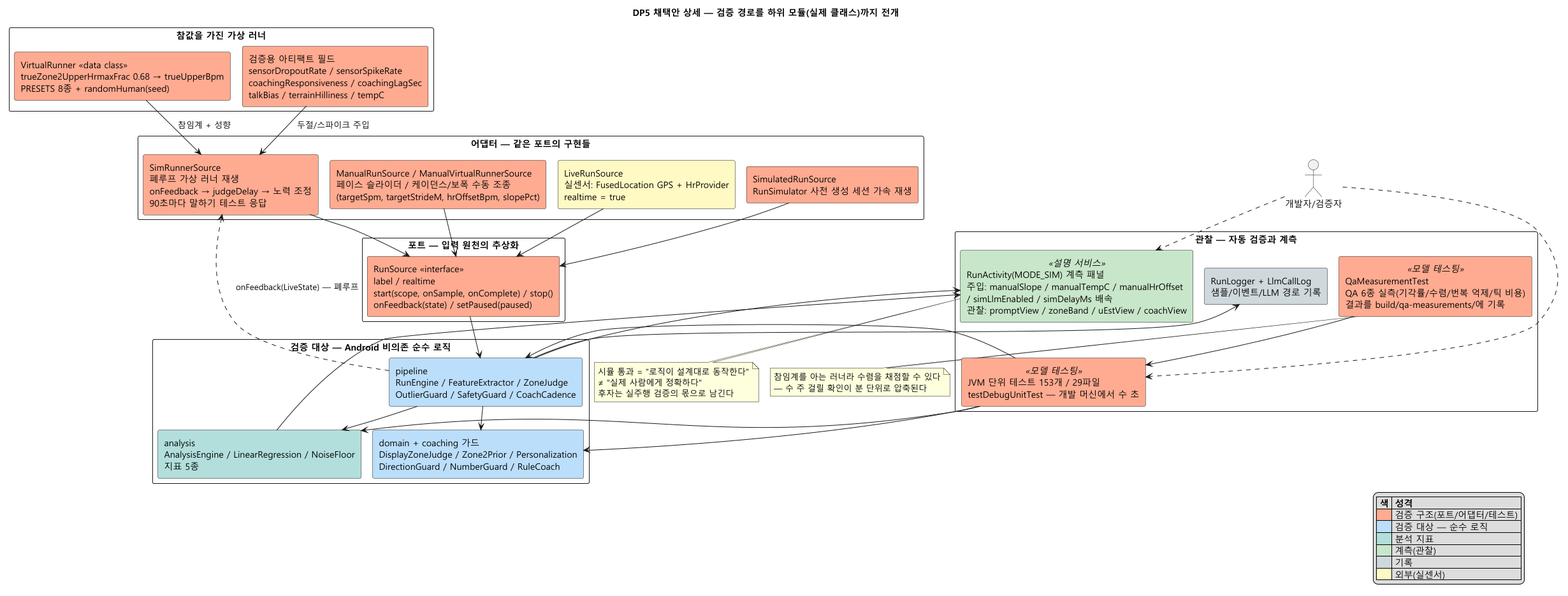
Before: docs/img/dp-05-testability-detail.png, a diagram exported from PlantUML (tenyearslove/zone2runner). The source it was exported from:
```plantuml
@startuml
!pragma layout smetana
title DP5 채택안 상세 — 검증 경로를 하위 모듈(실제 클래스)까지 전개
skinparam defaultFontName "Malgun Gothic"
skinparam componentStyle rectangle
skinparam shadowing false
skinparam packageStyle rectangle
skinparam linetype ortho

actor "개발자/검증자" as DEV

package "포트 — 입력 원천의 추상화" {
  component "RunSource «interface»\nlabel / realtime\nstart(scope, onSample, onComplete) / stop()\nonFeedback(state) / setPaused(paused)" as PORT #FFAB91
}

package "어댑터 — 같은 포트의 구현들" {
  component "LiveRunSource\n실센서: FusedLocation GPS + HrProvider\nrealtime = true" as LIVE #FFF9C4
  component "SimRunnerSource\n폐루프 가상 러너 재생\nonFeedback → judgeDelay → 노력 조정\n90초마다 말하기 테스트 응답" as SRS #FFAB91
  component "SimulatedRunSource\nRunSimulator 사전 생성 세션 가속 재생" as SIM #FFAB91
  component "ManualRunSource / ManualVirtualRunnerSource\n페이스 슬라이더 / 케이던스/보폭 수동 조종\n(targetSpm, targetStrideM, hrOffsetBpm, slopePct)" as MAN #FFAB91
}

package "참값을 가진 가상 러너" {
  component "VirtualRunner «data class»\ntrueZone2UpperHrmaxFrac 0.68 → trueUpperBpm\nPRESETS 8종 + randomHuman(seed)" as VR #FFAB91
  component "검증용 아티팩트 필드\nsensorDropoutRate / sensorSpikeRate\ncoachingResponsiveness / coachingLagSec\ntalkBias / terrainHilliness / tempC" as ART #FFAB91
}

package "검증 대상 — Android 비의존 순수 로직" {
  component "pipeline\nRunEngine / FeatureExtractor / ZoneJudge\nOutlierGuard / SafetyGuard / CoachCadence" as PIPE #BBDEFB
  component "analysis\nAnalysisEngine / LinearRegression / NoiseFloor\n지표 5종" as ANA #B2DFDB
  component "domain + coaching 가드\nDisplayZoneJudge / Zone2Prior / Personalization\nDirectionGuard / NumberGuard / RuleCoach" as DOM #BBDEFB
}

package "관찰 — 자동 검증과 계측" {
  component "JVM 단위 테스트 153개 / 29파일\ntestDebugUnitTest — 개발 머신에서 수 초" <<모델 테스팅>> as TEST #FFAB91
  component "QaMeasurementTest\nQA 6종 실측(기각률/수렴/번복 억제/틱 비용)\n결과를 build/qa-measurements/에 기록" <<모델 테스팅>> as QAT #FFAB91
  component "RunActivity(MODE_SIM) 계측 패널\n주입: manualSlope / manualTempC / manualHrOffset\n/ simLlmEnabled / simDelayMs 배속\n관찰: promptView / zoneBand / uEstView / coachView" <<설명 서비스>> as INST #C8E6C9
  component "RunLogger + LlmCallLog\n샘플/이벤트/LLM 경로 기록" as LOG #CFD8DC
}

LIVE --> PORT
SRS --> PORT
SIM --> PORT
MAN --> PORT
VR --> SRS : 참임계 + 성향
ART --> SRS : 두절/스파이크 주입
PORT --> PIPE
PIPE --> ANA
PIPE --> DOM
PIPE ..> SRS : onFeedback(LiveState) — 폐루프
PIPE --> INST
ANA --> INST
PIPE --> LOG
TEST --> PIPE
TEST --> ANA
TEST --> DOM
QAT --> TEST
DEV ..> INST
DEV ..> TEST

note bottom of QAT
  참임계를 아는 러너라 수렴을 채점할 수 있다
  — 수 주 걸릴 확인이 분 단위로 압축된다
end note

note bottom of INST
  시뮬 통과 = "로직이 설계대로 동작한다"
  ≠ "실제 사람에게 정확하다"
  후자는 실주행 검증의 몫으로 남긴다
end note

legend right
|= 색 |= 성격 |
|<#FFAB91>| 검증 구조(포트/어댑터/테스트) |
|<#BBDEFB>| 검증 대상 — 순수 로직 |
|<#B2DFDB>| 분석 지표 |
|<#C8E6C9>| 계측(관찰) |
|<#CFD8DC>| 기록 |
|<#FFF9C4>| 외부(실센서) |
endlegend
@enduml
```
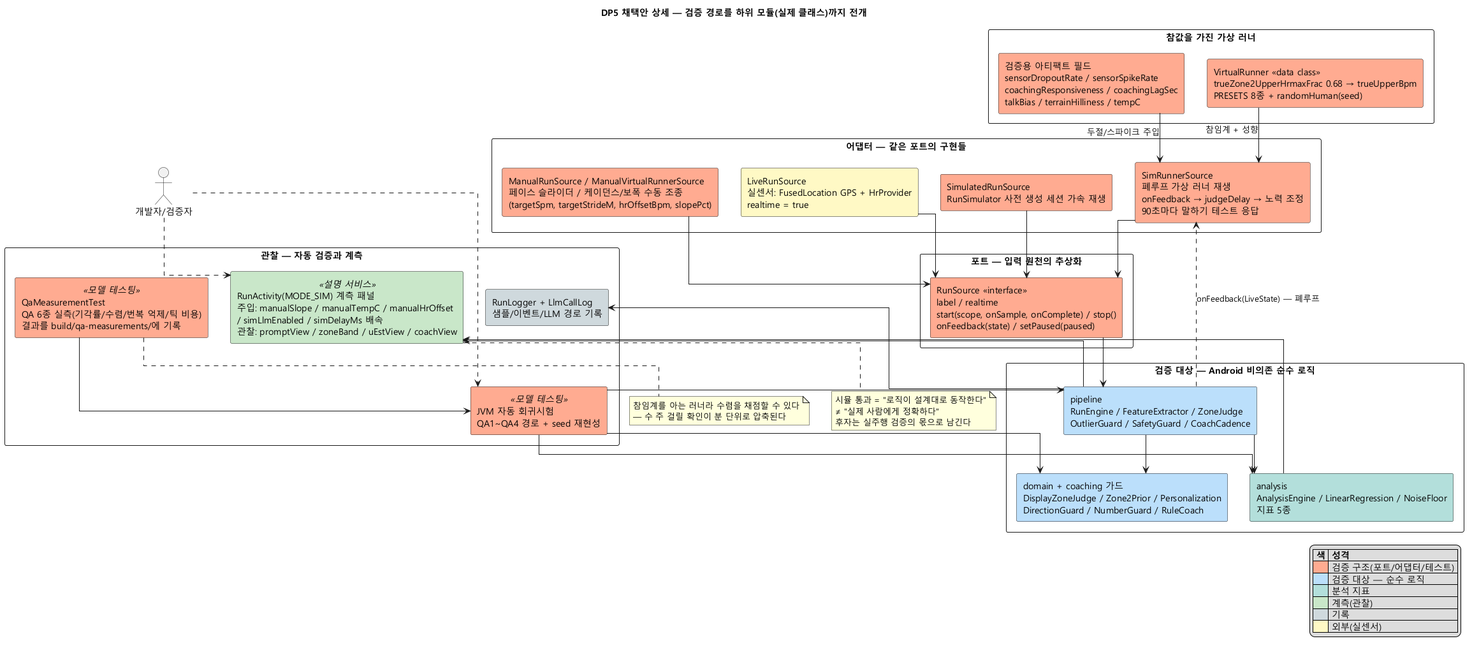
The same file after the commit.

The edit, as a diff of the source:
```diff
@@ -1,5 +1,4 @@
 @startuml
-!pragma layout smetana
 title DP5 채택안 상세 — 검증 경로를 하위 모듈(실제 클래스)까지 전개
 skinparam defaultFontName "Malgun Gothic"
 skinparam componentStyle rectangle
@@ -32,7 +31,7 @@
 }
 
 package "관찰 — 자동 검증과 계측" {
-  component "JVM 단위 테스트 153개 / 29파일\ntestDebugUnitTest — 개발 머신에서 수 초" <<모델 테스팅>> as TEST #FFAB91
+  component "JVM 자동 회귀시험\nQA1~QA4 경로 + seed 재현성" <<모델 테스팅>> as TEST #FFAB91
   component "QaMeasurementTest\nQA 6종 실측(기각률/수렴/번복 억제/틱 비용)\n결과를 build/qa-measurements/에 기록" <<모델 테스팅>> as QAT #FFAB91
   component "RunActivity(MODE_SIM) 계측 패널\n주입: manualSlope / manualTempC / manualHrOffset\n/ simLlmEnabled / simDelayMs 배속\n관찰: promptView / zoneBand / uEstView / coachView" <<설명 서비스>> as INST #C8E6C9
   component "RunLogger + LlmCallLog\n샘플/이벤트/LLM 경로 기록" as LOG #CFD8DC
```
